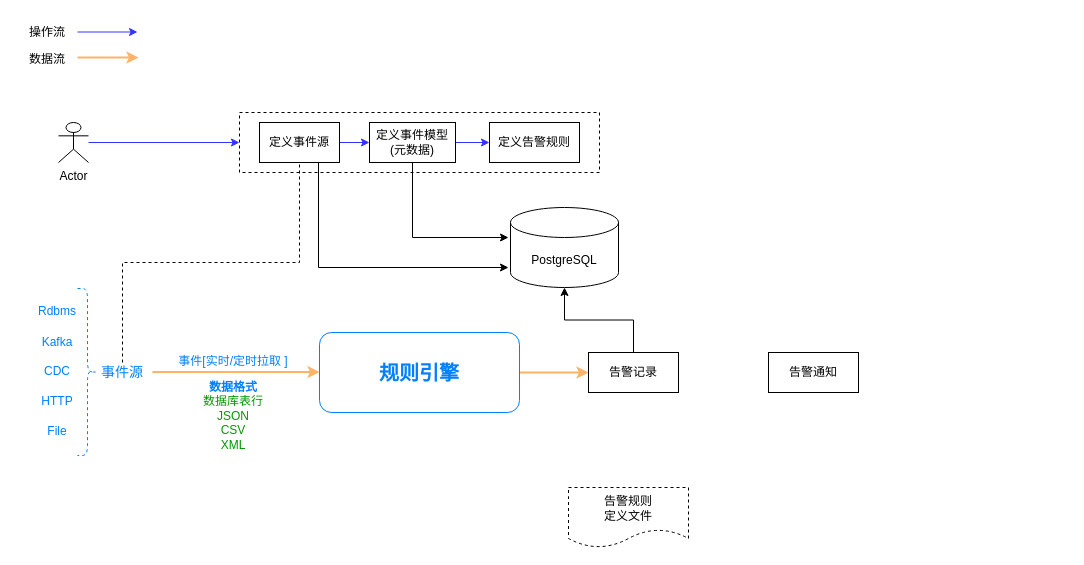
Above: page "架构图" (1 of 2) of 设计.drawio in tom1978/alarm (draw.io), before the change. Source tidied: cells renumbered, new cells numbered last; positions are measured from the earlier drawing's top-left corner, leaving out a move shared by most shapes. Both pictures are drawn from the tidied source at 100%, with x=0, y=0 at pixel (17, 17).
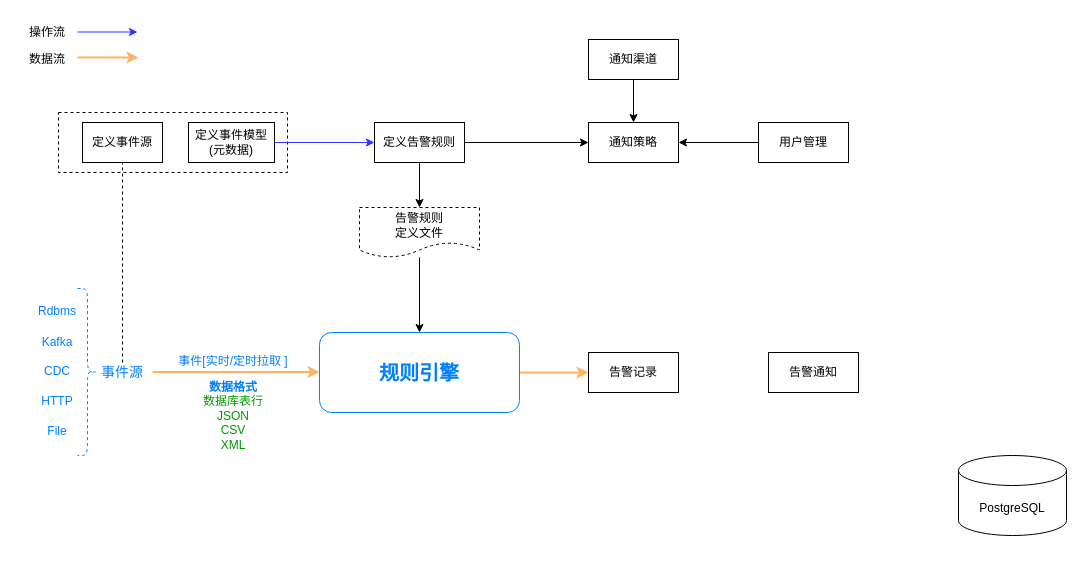
After the change.

The change refers to these unchanged cells:
```xml
<mxCell id="4" value="规则引擎" style="rounded=1;whiteSpace=wrap;html=1;fontSize=20;strokeColor=#007FFF;fontStyle=1;fontColor=#007FFF;" parent="1" vertex="1">
  <mxGeometry x="302" y="315" width="200" height="80" as="geometry" />
</mxCell>
<mxCell id="27" value="告警记录" style="rounded=0;whiteSpace=wrap;html=1;" parent="1" vertex="1">
  <mxGeometry x="571" y="335" width="90" height="40" as="geometry" />
</mxCell>
```

Change to the diagram source:
```diff
@@
     <mxCell id="2" style="rounded=0;whiteSpace=wrap;html=1;dashed=1;" parent="1" vertex="1">
-      <mxGeometry x="222" y="95" width="360" height="60" as="geometry" />
+      <mxGeometry x="41" y="95" width="229" height="60" as="geometry" />
     </mxCell>
@@
-    <mxCell id="5" style="edgeStyle=orthogonalEdgeStyle;rounded=0;jettySize=auto;html=1;entryX=0;entryY=0.5;entryDx=0;entryDy=0;fontSize=20;fontColor=#007FFF;strokeColor=#3333FF;fillColor=#d5e8d4;" parent="1" edge="1" source="6" target="2">
-      <mxGeometry relative="1" as="geometry" />
-    </mxCell>
-    <mxCell id="6" value="Actor" style="shape=umlActor;verticalLabelPosition=bottom;verticalAlign=top;html=1;outlineConnect=0;" parent="1" vertex="1">
-      <mxGeometry x="41" y="105" width="30" height="40" as="geometry" />
-    </mxCell>
-    <mxCell id="7" style="edgeStyle=orthogonalEdgeStyle;rounded=0;jettySize=auto;html=1;exitX=1;exitY=0.5;exitDx=0;exitDy=0;entryX=0;entryY=0.5;entryDx=0;entryDy=0;fontSize=20;strokeColor=#3333FF;fontColor=#007FFF;fillColor=#d5e8d4;" parent="1" edge="1" source="9" target="12">
-      <mxGeometry relative="1" as="geometry" />
-    </mxCell>
-    <mxCell id="8" style="edgeStyle=orthogonalEdgeStyle;rounded=0;jettySize=auto;html=1;" parent="1" edge="1" source="9">
-      <mxGeometry relative="1" as="geometry">
-        <mxPoint x="491" y="250" as="targetPoint" />
-        <Array as="points">
-          <mxPoint x="301" y="250" />
-        </Array>
-      </mxGeometry>
-    </mxCell>
     <mxCell id="9" value="定义事件源" style="rounded=0;whiteSpace=wrap;html=1;" parent="1" vertex="1">
-      <mxGeometry x="242" y="105" width="80" height="40" as="geometry" />
+      <mxGeometry x="65" y="105" width="80" height="40" as="geometry" />
     </mxCell>
@@
-    <mxCell id="11" style="edgeStyle=orthogonalEdgeStyle;rounded=0;jettySize=auto;html=1;" parent="1" edge="1" source="12">
-      <mxGeometry relative="1" as="geometry">
-        <mxPoint x="491" y="220" as="targetPoint" />
-        <Array as="points">
-          <mxPoint x="395" y="220" />
-        </Array>
-      </mxGeometry>
-    </mxCell>
     <mxCell id="12" value="定义事件模型&lt;br&gt;(元数据)" style="rounded=0;whiteSpace=wrap;html=1;" parent="1" vertex="1">
-      <mxGeometry x="352" y="105" width="86" height="40" as="geometry" />
+      <mxGeometry x="171" y="105" width="86" height="40" as="geometry" />
     </mxCell>
+    <mxCell id="34" style="edgeStyle=orthogonalEdgeStyle;rounded=0;jettySize=auto;html=1;entryX=0;entryY=0.5;entryDx=0;entryDy=0;" parent="1" edge="1" source="13" target="39">
+      <mxGeometry relative="1" as="geometry" />
+    </mxCell>
+    <mxCell id="35" style="edgeStyle=orthogonalEdgeStyle;rounded=0;jettySize=auto;html=1;entryX=0.5;entryY=0;entryDx=0;entryDy=0;" parent="1" edge="1" source="13" target="14">
+      <mxGeometry relative="1" as="geometry" />
+    </mxCell>
     <mxCell id="13" value="定义告警规则" style="rounded=0;whiteSpace=wrap;html=1;" parent="1" vertex="1">
-      <mxGeometry x="472" y="105" width="90" height="40" as="geometry" />
+      <mxGeometry x="357" y="105" width="90" height="40" as="geometry" />
     </mxCell>
+    <mxCell id="36" style="edgeStyle=orthogonalEdgeStyle;rounded=0;jettySize=auto;html=1;entryX=0.5;entryY=0;entryDx=0;entryDy=0;" parent="1" edge="1" source="14" target="4">
+      <mxGeometry relative="1" as="geometry" />
+    </mxCell>
     <mxCell id="14" value="告警规则&lt;br&gt;定义文件" style="shape=document;whiteSpace=wrap;html=1;boundedLbl=1;dashed=1;" parent="1" vertex="1">
-      <mxGeometry x="551" y="470" width="120" height="60" as="geometry" />
+      <mxGeometry x="342" y="190" width="120" height="50" as="geometry" />
     </mxCell>
@@
-    <mxCell id="26" style="edgeStyle=orthogonalEdgeStyle;rounded=0;jettySize=auto;html=1;exitX=0.5;exitY=0;exitDx=0;exitDy=0;entryX=0.5;entryY=1;entryDx=0;entryDy=0;entryPerimeter=0;" parent="1" edge="1" source="27" target="29">
-      <mxGeometry relative="1" as="geometry" />
-    </mxCell>
@@
     <mxCell id="29" value="PostgreSQL" style="shape=cylinder3;whiteSpace=wrap;html=1;boundedLbl=1;backgroundOutline=1;size=15;" parent="1" vertex="1">
-      <mxGeometry x="493" y="190" width="108" height="80" as="geometry" />
+      <mxGeometry x="941" y="438" width="108" height="80" as="geometry" />
     </mxCell>
@@
+    <mxCell id="37" style="edgeStyle=orthogonalEdgeStyle;rounded=0;jettySize=auto;html=1;entryX=1;entryY=0.5;entryDx=0;entryDy=0;" parent="1" edge="1" source="38" target="39">
+      <mxGeometry relative="1" as="geometry" />
+    </mxCell>
+    <mxCell id="38" value="用户管理" style="rounded=0;whiteSpace=wrap;html=1;" parent="1" vertex="1">
+      <mxGeometry x="741" y="105" width="90" height="40" as="geometry" />
+    </mxCell>
+    <mxCell id="39" value="通知策略" style="rounded=0;whiteSpace=wrap;html=1;" parent="1" vertex="1">
+      <mxGeometry x="571" y="105" width="90" height="40" as="geometry" />
+    </mxCell>
+    <mxCell id="40" style="edgeStyle=orthogonalEdgeStyle;rounded=0;jettySize=auto;html=1;entryX=0.5;entryY=0;entryDx=0;entryDy=0;" parent="1" edge="1" source="41" target="39">
+      <mxGeometry relative="1" as="geometry" />
+    </mxCell>
+    <mxCell id="41" value="通知渠道" style="rounded=0;whiteSpace=wrap;html=1;" parent="1" vertex="1">
+      <mxGeometry x="571" y="22" width="90" height="40" as="geometry" />
+    </mxCell>
```
